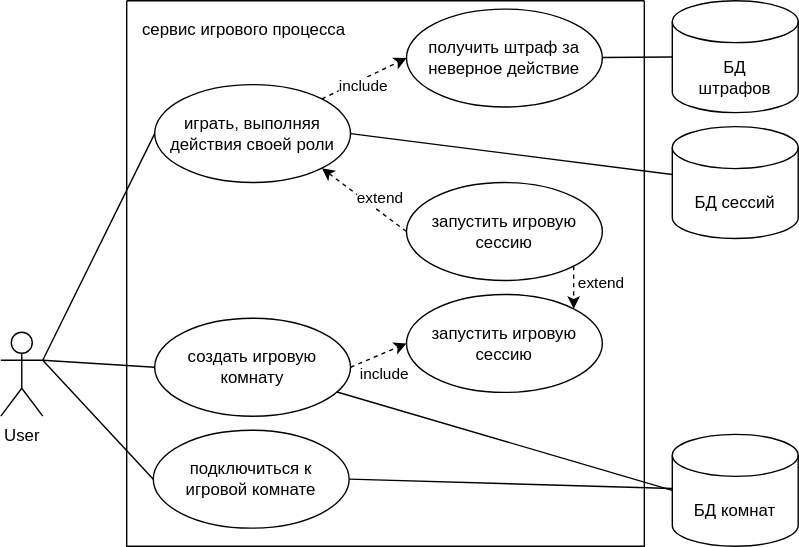
The draw.io diagram result/9/process.drawio.svg in nonseww/cross-crypt, before a commit. Source tidied: cells renumbered, new cells last; positions are measured from the earlier drawing's top-left corner, leaving out a move shared by most shapes. Source of this version:
```xml
<mxGraphModel>
  <root>
    <mxCell id="0" />
    <mxCell id="1" parent="0" />
    <mxCell id="2" style="swimlane;startSize=0;labelBackgroundColor=none;" parent="1" vertex="1">
      <mxGeometry x="90" width="370" height="390" as="geometry" />
    </mxCell>
    <mxCell id="3" value="получить штраф за неверное действие" style="ellipse;whiteSpace=wrap;html=1;labelBackgroundColor=none;" parent="2" vertex="1">
      <mxGeometry x="200" y="6" width="140" height="70" as="geometry" />
    </mxCell>
    <mxCell id="4" style="rounded=0;jettySize=auto;html=1;dashed=1;entryX=0;entryY=0.5;entryDx=0;entryDy=0;exitX=1;exitY=0;exitDx=0;exitDy=0;" parent="2" edge="1" source="8" target="3">
      <mxGeometry relative="1" as="geometry" />
    </mxCell>
    <mxCell id="5" value="include" style="edgeLabel;html=1;align=center;verticalAlign=middle;" parent="4" vertex="1">
      <mxGeometry x="0.26" y="-1" relative="1" as="geometry">
        <mxPoint x="-9" y="8" as="offset" />
      </mxGeometry>
    </mxCell>
    <mxCell id="6" value="подключиться к игровой&amp;nbsp;комнате" style="ellipse;whiteSpace=wrap;html=1;labelBackgroundColor=none;" parent="2" vertex="1">
      <mxGeometry x="19" y="307" width="140" height="70" as="geometry" />
    </mxCell>
    <mxCell id="7" value="создать игровую комнату" style="ellipse;whiteSpace=wrap;html=1;labelBackgroundColor=none;" parent="2" vertex="1">
      <mxGeometry x="20" y="227" width="140" height="70" as="geometry" />
    </mxCell>
    <mxCell id="8" value="играть, выполняя действия своей роли" style="ellipse;whiteSpace=wrap;html=1;labelBackgroundColor=none;" parent="2" vertex="1">
      <mxGeometry x="20" y="60" width="140" height="70" as="geometry" />
    </mxCell>
    <mxCell id="9" style="rounded=0;jettySize=auto;html=1;exitX=1;exitY=0.5;exitDx=0;exitDy=0;entryX=0;entryY=0.5;entryDx=0;entryDy=0;dashed=1;" parent="2" edge="1" source="7" target="11">
      <mxGeometry relative="1" as="geometry" />
    </mxCell>
    <mxCell id="10" value="include" style="edgeLabel;html=1;align=center;verticalAlign=middle;" parent="9" vertex="1">
      <mxGeometry x="-0.58" y="-1" relative="1" as="geometry">
        <mxPoint x="15" y="7" as="offset" />
      </mxGeometry>
    </mxCell>
    <mxCell id="11" value="запустить игровую сессию" style="ellipse;whiteSpace=wrap;html=1;labelBackgroundColor=none;" parent="2" vertex="1">
      <mxGeometry x="200" y="210" width="140" height="70" as="geometry" />
    </mxCell>
    <mxCell id="12" value="запустить игровую сессию" style="ellipse;whiteSpace=wrap;html=1;labelBackgroundColor=none;" parent="2" vertex="1">
      <mxGeometry x="200" y="130" width="140" height="70" as="geometry" />
    </mxCell>
    <mxCell id="13" style="rounded=0;jettySize=auto;html=1;exitX=0;exitY=0.5;exitDx=0;exitDy=0;entryX=1;entryY=1;entryDx=0;entryDy=0;dashed=1;endArrow=classic;endFill=1;startArrow=none;startFill=0;" parent="2" edge="1" source="12" target="8">
      <mxGeometry relative="1" as="geometry" />
    </mxCell>
    <mxCell id="14" value="extend" style="edgeLabel;html=1;align=center;verticalAlign=middle;" parent="13" vertex="1">
      <mxGeometry x="0.54" y="-2" relative="1" as="geometry">
        <mxPoint x="26" y="12" as="offset" />
      </mxGeometry>
    </mxCell>
    <mxCell id="15" style="rounded=0;jettySize=auto;html=1;exitX=1;exitY=1;exitDx=0;exitDy=0;entryX=1;entryY=0;entryDx=0;entryDy=0;dashed=1;endArrow=classic;endFill=1;startArrow=none;startFill=0;" parent="2" edge="1" source="12" target="11">
      <mxGeometry relative="1" as="geometry" />
    </mxCell>
    <mxCell id="16" value="extend" style="edgeLabel;html=1;align=center;verticalAlign=middle;" parent="15" vertex="1">
      <mxGeometry x="0.54" y="-2" relative="1" as="geometry">
        <mxPoint x="21" y="-12" as="offset" />
      </mxGeometry>
    </mxCell>
    <mxCell id="17" value="сервис игрового процесса" style="text;html=1;whiteSpace=wrap;strokeColor=none;fillColor=none;align=center;verticalAlign=middle;rounded=0;" parent="2" vertex="1">
      <mxGeometry x="9" y="6" width="150" height="30" as="geometry" />
    </mxCell>
    <mxCell id="18" value="User" style="shape=umlActor;verticalLabelPosition=bottom;verticalAlign=top;html=1;labelBackgroundColor=none;" parent="1" vertex="1">
      <mxGeometry y="237" width="30" height="60" as="geometry" />
    </mxCell>
    <mxCell id="19" style="rounded=0;jettySize=auto;html=1;entryX=0;entryY=0.5;entryDx=0;entryDy=0;endArrow=none;endFill=0;exitX=1;exitY=0.3333333333333333;exitDx=0;exitDy=0;exitPerimeter=0;" parent="1" edge="1" source="18" target="7">
      <mxGeometry relative="1" as="geometry" />
    </mxCell>
    <mxCell id="20" style="rounded=0;jettySize=auto;html=1;entryX=0;entryY=0.5;entryDx=0;entryDy=0;endArrow=none;endFill=0;exitX=1;exitY=0.3333333333333333;exitDx=0;exitDy=0;exitPerimeter=0;" parent="1" edge="1" source="18" target="6">
      <mxGeometry relative="1" as="geometry" />
    </mxCell>
    <mxCell id="21" style="rounded=0;jettySize=auto;html=1;entryX=0;entryY=0.5;entryDx=0;entryDy=0;endArrow=none;endFill=0;exitX=1;exitY=0.3333333333333333;exitDx=0;exitDy=0;exitPerimeter=0;" parent="1" edge="1" source="18" target="8">
      <mxGeometry relative="1" as="geometry" />
    </mxCell>
    <mxCell id="22" style="edgeStyle=none;curved=1;rounded=0;jettySize=auto;html=1;entryX=1;entryY=0.5;entryDx=0;entryDy=0;fontSize=12;startSize=8;endSize=8;endArrow=none;endFill=0;" parent="1" edge="1" source="23" target="6">
      <mxGeometry relative="1" as="geometry" />
    </mxCell>
    <mxCell id="23" style="shape=cylinder3;whiteSpace=wrap;html=1;boundedLbl=1;backgroundOutline=1;size=15;" parent="1" vertex="1">
      <mxGeometry x="480" y="310" width="90" height="80" as="geometry" />
    </mxCell>
    <mxCell id="24" style="edgeStyle=none;curved=1;rounded=0;jettySize=auto;html=1;fontSize=12;startSize=8;endSize=8;endArrow=none;endFill=0;exitX=0;exitY=0.5;exitDx=0;exitDy=0;exitPerimeter=0;" parent="1" edge="1" source="23" target="7">
      <mxGeometry relative="1" as="geometry" />
    </mxCell>
    <mxCell id="25" value="БД комнат" style="text;html=1;whiteSpace=wrap;strokeColor=none;fillColor=none;align=center;verticalAlign=middle;rounded=0;" parent="1" vertex="1">
      <mxGeometry x="490" y="340" width="70" height="50" as="geometry" />
    </mxCell>
    <mxCell id="26" style="edgeStyle=none;curved=1;rounded=0;jettySize=auto;html=1;entryX=1;entryY=0.5;entryDx=0;entryDy=0;fontSize=12;startSize=8;endSize=8;endArrow=none;endFill=0;" parent="1" edge="1" source="27" target="8">
      <mxGeometry relative="1" as="geometry" />
    </mxCell>
    <mxCell id="27" style="shape=cylinder3;whiteSpace=wrap;html=1;boundedLbl=1;backgroundOutline=1;size=15;" parent="1" vertex="1">
      <mxGeometry x="480" y="90" width="90" height="80" as="geometry" />
    </mxCell>
    <mxCell id="28" value="БД сессий" style="text;html=1;whiteSpace=wrap;strokeColor=none;fillColor=none;align=center;verticalAlign=middle;rounded=0;" parent="1" vertex="1">
      <mxGeometry x="490" y="120" width="70" height="50" as="geometry" />
    </mxCell>
    <mxCell id="29" style="edgeStyle=none;curved=1;rounded=0;jettySize=auto;html=1;fontSize=12;startSize=8;endSize=8;endArrow=none;endFill=0;" parent="1" edge="1" source="30" target="3">
      <mxGeometry relative="1" as="geometry" />
    </mxCell>
    <mxCell id="30" style="shape=cylinder3;whiteSpace=wrap;html=1;boundedLbl=1;backgroundOutline=1;size=15;" parent="1" vertex="1">
      <mxGeometry x="480" width="90" height="80" as="geometry" />
    </mxCell>
    <mxCell id="31" value="БД штрафов" style="text;html=1;whiteSpace=wrap;strokeColor=none;fillColor=none;align=center;verticalAlign=middle;rounded=0;" parent="1" vertex="1">
      <mxGeometry x="490" y="30" width="70" height="50" as="geometry" />
    </mxCell>
  </root>
</mxGraphModel>
```
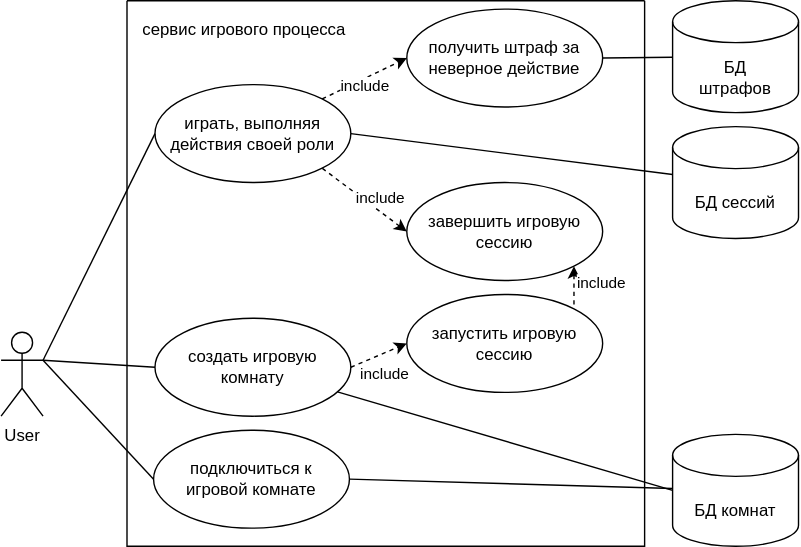
The same file after the commit.

Commit message:
fix: process.drawio.svg label for game end

The edit, as a diff of the source:
```diff
@@ -36,21 +36,21 @@
     <mxCell id="11" value="запустить игровую сессию" style="ellipse;whiteSpace=wrap;html=1;labelBackgroundColor=none;" parent="2" vertex="1">
       <mxGeometry x="200" y="210" width="140" height="70" as="geometry" />
     </mxCell>
-    <mxCell id="12" value="запустить игровую сессию" style="ellipse;whiteSpace=wrap;html=1;labelBackgroundColor=none;" parent="2" vertex="1">
+    <mxCell id="12" value="завершить&amp;nbsp;игровую сессию" style="ellipse;whiteSpace=wrap;html=1;labelBackgroundColor=none;" parent="2" vertex="1">
       <mxGeometry x="200" y="130" width="140" height="70" as="geometry" />
     </mxCell>
-    <mxCell id="13" style="rounded=0;jettySize=auto;html=1;exitX=0;exitY=0.5;exitDx=0;exitDy=0;entryX=1;entryY=1;entryDx=0;entryDy=0;dashed=1;endArrow=classic;endFill=1;startArrow=none;startFill=0;" parent="2" edge="1" source="12" target="8">
+    <mxCell id="13" style="rounded=0;jettySize=auto;html=1;exitX=0;exitY=0.5;exitDx=0;exitDy=0;entryX=1;entryY=1;entryDx=0;entryDy=0;dashed=1;endArrow=none;endFill=0;startArrow=classic;startFill=1;" parent="2" edge="1" source="12" target="8">
       <mxGeometry relative="1" as="geometry" />
     </mxCell>
-    <mxCell id="14" value="extend" style="edgeLabel;html=1;align=center;verticalAlign=middle;" parent="13" vertex="1">
+    <mxCell id="14" value="include" style="edgeLabel;html=1;align=center;verticalAlign=middle;" parent="13" vertex="1">
       <mxGeometry x="0.54" y="-2" relative="1" as="geometry">
         <mxPoint x="26" y="12" as="offset" />
       </mxGeometry>
     </mxCell>
-    <mxCell id="15" style="rounded=0;jettySize=auto;html=1;exitX=1;exitY=1;exitDx=0;exitDy=0;entryX=1;entryY=0;entryDx=0;entryDy=0;dashed=1;endArrow=classic;endFill=1;startArrow=none;startFill=0;" parent="2" edge="1" source="12" target="11">
+    <mxCell id="15" style="rounded=0;jettySize=auto;html=1;exitX=1;exitY=1;exitDx=0;exitDy=0;entryX=1;entryY=0;entryDx=0;entryDy=0;dashed=1;endArrow=none;endFill=0;startArrow=classic;startFill=1;" parent="2" edge="1" source="12" target="11">
       <mxGeometry relative="1" as="geometry" />
     </mxCell>
-    <mxCell id="16" value="extend" style="edgeLabel;html=1;align=center;verticalAlign=middle;" parent="15" vertex="1">
+    <mxCell id="16" value="include" style="edgeLabel;html=1;align=center;verticalAlign=middle;" parent="15" vertex="1">
       <mxGeometry x="0.54" y="-2" relative="1" as="geometry">
         <mxPoint x="21" y="-12" as="offset" />
       </mxGeometry>
```
